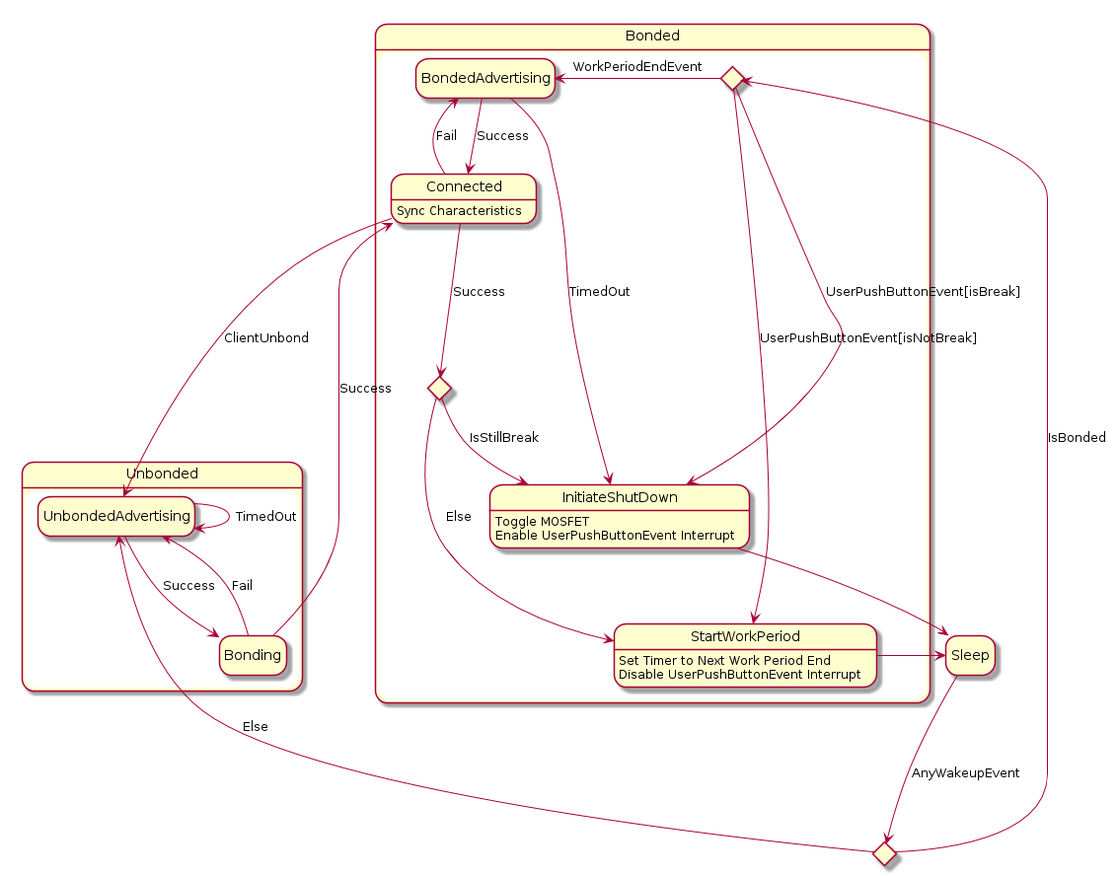
khoitd1997/hypnos keeps this PlantUML diagram as firmware/docs/TopLevelDiagram.png. Above is the earlier version.
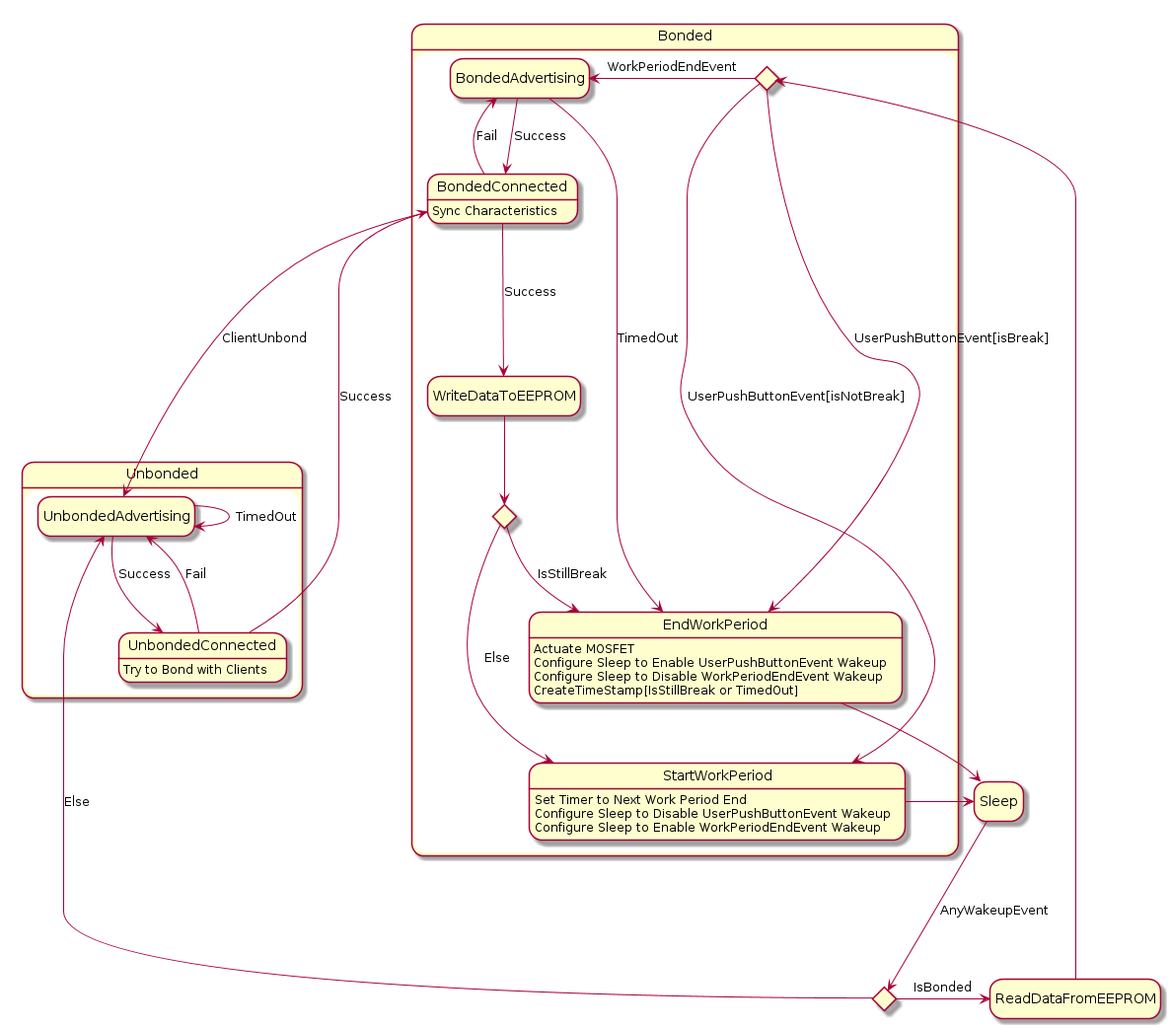
After the change.

What changed in the source:
```diff
@@ -6,36 +6,42 @@
 
 state Unbonded {
     UnbondedAdvertising --> UnbondedAdvertising: TimedOut
-    UnbondedAdvertising --> Bonding: Success
-    Bonding-->UnbondedAdvertising: Fail
+    UnbondedAdvertising --> UnbondedConnected: Success
+    UnbondedConnected-->UnbondedAdvertising: Fail
+    UnbondedConnected: Try to Bond with Clients
 }
 BondedCheck ---> UnbondedAdvertising: Else
 
 state Bonded {
     state WakeupReason <<choice>>
-    WakeupReason -> InitiateShutDown: UserPushButtonEvent[isBreak]
-        InitiateShutDown --> Sleep
-        InitiateShutDown: Toggle MOSFET
-        InitiateShutDown: Enable UserPushButtonEvent Interrupt
+    WakeupReason -> EndWorkPeriod: UserPushButtonEvent[isBreak]
+        EndWorkPeriod --> Sleep
+        EndWorkPeriod: Actuate MOSFET
+        EndWorkPeriod: Configure Sleep to Enable UserPushButtonEvent Wakeup
+        EndWorkPeriod: Configure Sleep to Disable WorkPeriodEndEvent Wakeup
+        EndWorkPeriod: CreateTimeStamp[IsStillBreak or TimedOut]
 
     WakeupReason -> StartWorkPeriod: UserPushButtonEvent[isNotBreak]
         StartWorkPeriod: Set Timer to Next Work Period End
-        StartWorkPeriod: Disable UserPushButtonEvent Interrupt
+        StartWorkPeriod: Configure Sleep to Disable UserPushButtonEvent Wakeup
+        StartWorkPeriod: Configure Sleep to Enable WorkPeriodEndEvent Wakeup
         StartWorkPeriod --> Sleep
 
     WakeupReason -> BondedAdvertising: WorkPeriodEndEvent
-        BondedAdvertising --> InitiateShutDown: TimedOut
+        BondedAdvertising --> EndWorkPeriod: TimedOut
 
-        BondedAdvertising --> Connected: Success
-        Connected: Sync Characteristics
-        Bonding---->Connected: Success
+        BondedAdvertising --> BondedConnected: Success
+        BondedConnected: Sync Characteristics
+        UnbondedConnected---->BondedConnected: Success
         state AfterConnectBreakCheck <<choice>>
-        Connected ---> AfterConnectBreakCheck: Success
-        Connected -> BondedAdvertising: Fail
-        Connected ----> UnbondedAdvertising: ClientUnbond
+        BondedConnected ---> WriteDataToEEPROM: Success
+        WriteDataToEEPROM --> AfterConnectBreakCheck
+        BondedConnected -> BondedAdvertising: Fail
+        BondedConnected ----> UnbondedAdvertising: ClientUnbond
 
-        AfterConnectBreakCheck --> InitiateShutDown: IsStillBreak
+        AfterConnectBreakCheck --> EndWorkPeriod: IsStillBreak
         AfterConnectBreakCheck ---> StartWorkPeriod: Else
 }
-BondedCheck -> WakeupReason: IsBonded
+BondedCheck -> ReadDataFromEEPROM: IsBonded
+ReadDataFromEEPROM -> WakeupReason
 @enduml
```
